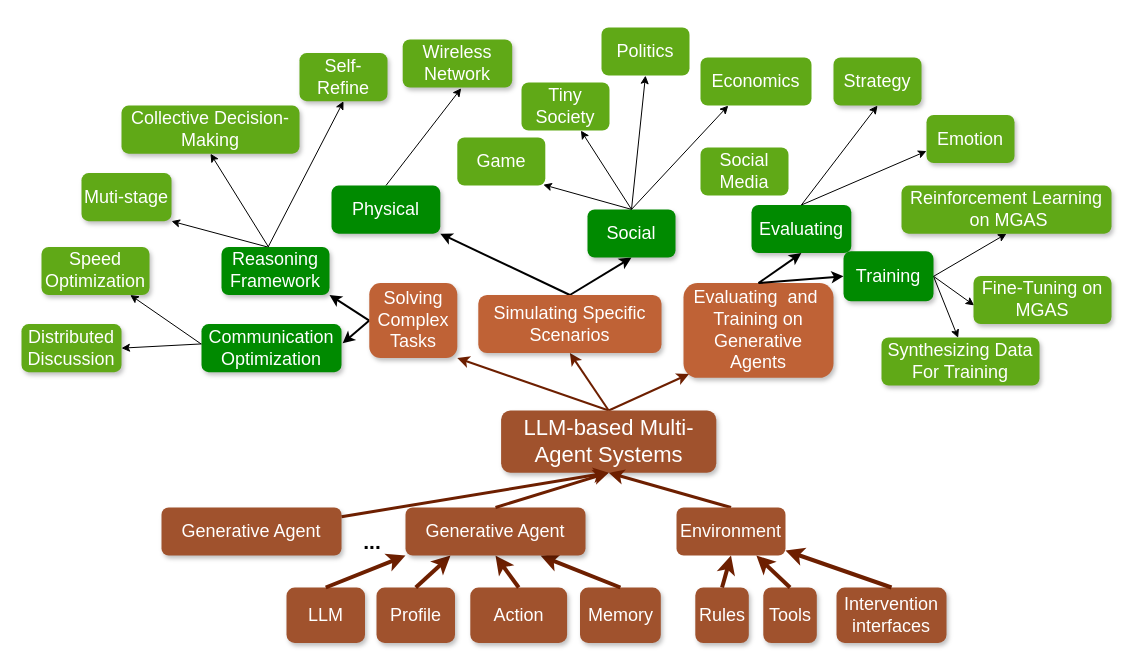
Earlier version of the draw.io diagram page "tree" (1 of 5) of mgas.drawio (bianhua-12/Multi-generative_Agent_System_survey). Source tidied: cells renumbered, new cells numbered last; positions are measured from the earlier drawing's top-left corner, leaving out a move shared by most shapes. Both pictures are drawn from the tidied source at 100%, with x=0, y=0 at pixel (21, 27).
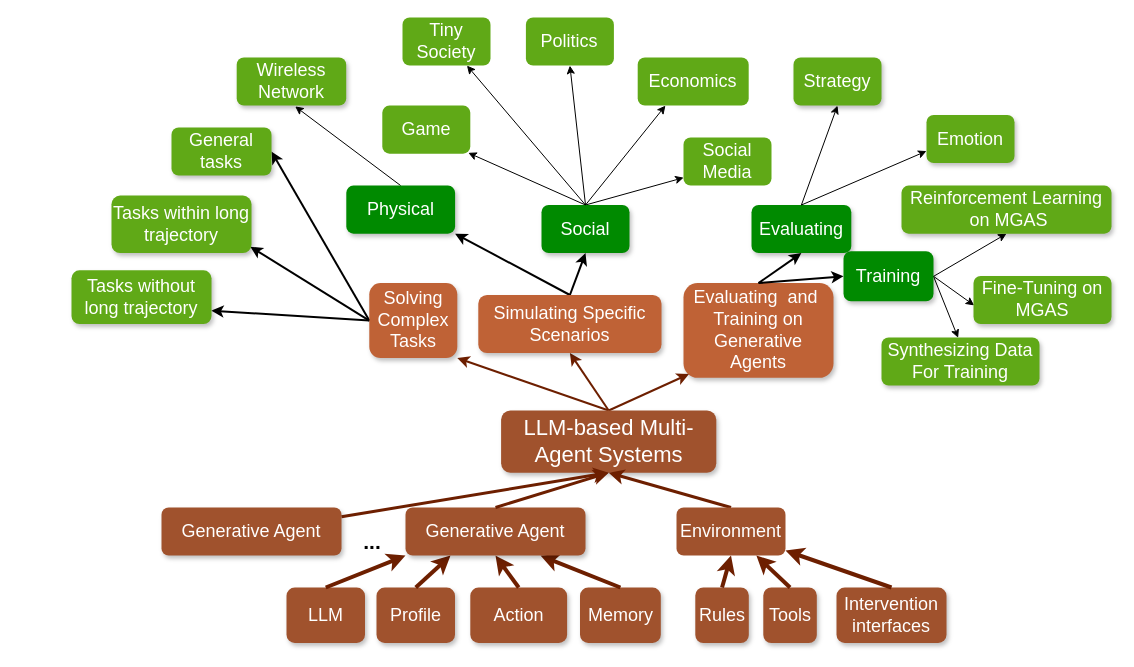
After the change.

Unchanged cells that the change refers to:
```xml
<mxCell id="8" value="Solving Complex Tasks" style="rounded=1;whiteSpace=wrap;html=1;fillColor=#BF6236;strokeColor=none;fontColor=#FFFFFF;fontSize=18;glass=0;shadow=1;dashed=1;" parent="1" vertex="1">
  <mxGeometry x="347.8" y="255.6" width="88" height="75" as="geometry" />
</mxCell>
```

Change to the diagram source:
```diff
@@
-    <mxCell id="6" style="rounded=0;jettySize=auto;html=1;exitX=0;exitY=0.5;exitDx=0;exitDy=0;entryX=1.008;entryY=0.399;entryDx=0;entryDy=0;fontSize=18;entryPerimeter=0;fontColor=#FFFFFF;strokeWidth=2;" parent="1" edge="1" source="8" target="34">
+    <mxCell id="6" style="rounded=0;jettySize=auto;html=1;exitX=0;exitY=0.5;exitDx=0;exitDy=0;entryX=1;entryY=0.5;entryDx=0;entryDy=0;fontSize=18;fontColor=#FFFFFF;strokeWidth=2;" parent="1" edge="1" source="8" target="37">
       <mxGeometry relative="1" as="geometry" />
     </mxCell>
-    <mxCell id="7" style="rounded=0;jettySize=auto;html=1;exitX=0;exitY=0.5;exitDx=0;exitDy=0;entryX=1;entryY=1;entryDx=0;entryDy=0;fontSize=18;fontColor=#FFFFFF;strokeWidth=2;" parent="1" edge="1" source="8" target="31">
+    <mxCell id="7" style="rounded=0;jettySize=auto;html=1;exitX=0;exitY=0.5;exitDx=0;exitDy=0;entryX=0.992;entryY=0.889;entryDx=0;entryDy=0;fontSize=18;fontColor=#FFFFFF;strokeWidth=2;entryPerimeter=0;" parent="1" edge="1" source="8" target="36">
       <mxGeometry relative="1" as="geometry" />
     </mxCell>
@@
+    <mxCell id="74" style="rounded=0;jettySize=auto;html=1;entryX=0.002;entryY=0.835;entryDx=0;entryDy=0;exitX=0.5;exitY=0;exitDx=0;exitDy=0;entryPerimeter=0;" parent="1" edge="1" source="18" target="22">
+      <mxGeometry relative="1" as="geometry" />
+    </mxCell>
     <mxCell id="18" value="Social" style="rounded=1;whiteSpace=wrap;html=1;fillColor=light-dark(#008A00,#CC7C56);strokeColor=none;fontColor=#FFFFFF;fontSize=18;glass=0;shadow=1;" parent="1" vertex="1">
-      <mxGeometry x="566" y="181.9" width="88" height="48.1" as="geometry" />
+      <mxGeometry x="520" y="177.5" width="88" height="48.1" as="geometry" />
     </mxCell>
@@
     <mxCell id="20" value="Physical" style="rounded=1;whiteSpace=wrap;html=1;fillColor=light-dark(#008A00,#CC7C56);strokeColor=none;fontColor=#FFFFFF;fontSize=18;glass=0;shadow=1;" parent="1" vertex="1">
-      <mxGeometry x="310" y="158.1" width="108.8" height="48.1" as="geometry" />
+      <mxGeometry x="324.8" y="158.1" width="108.8" height="48.1" as="geometry" />
     </mxCell>
-    <mxCell id="21" style="rounded=0;jettySize=auto;html=1;exitX=0.444;exitY=0.034;exitDx=0;exitDy=0;entryX=0.5;entryY=1;entryDx=0;entryDy=0;fontSize=18;exitPerimeter=0;fontColor=#FFFFFF;" parent="1" edge="1" source="31" target="28">
-      <mxGeometry relative="1" as="geometry" />
-    </mxCell>
     <mxCell id="22" value="Social Media" style="rounded=1;whiteSpace=wrap;html=1;strokeColor=none;fillColor=#60A917;fontColor=#FFFFFF;fontSize=18;dashed=1;" parent="1" vertex="1">
-      <mxGeometry x="679" y="120" width="88" height="48.1" as="geometry" />
+      <mxGeometry x="662" y="110" width="88" height="48.1" as="geometry" />
     </mxCell>
     <mxCell id="23" value="Economics" style="rounded=1;whiteSpace=wrap;html=1;strokeColor=none;fillColor=#60A917;fontColor=#FFFFFF;fontSize=18;dashed=1;" parent="1" vertex="1">
-      <mxGeometry x="679" y="30" width="111" height="48.1" as="geometry" />
+      <mxGeometry x="616.2" y="30" width="111" height="48.1" as="geometry" />
     </mxCell>
     <mxCell id="24" value="&lt;div&gt;Politics&lt;/div&gt;" style="rounded=1;whiteSpace=wrap;html=1;strokeColor=none;fillColor=#60A917;fontColor=#FFFFFF;fontSize=18;dashed=1;" parent="1" vertex="1">
-      <mxGeometry x="580" width="88" height="48.1" as="geometry" />
+      <mxGeometry x="504.4" y="-10" width="88" height="48.1" as="geometry" />
     </mxCell>
     <mxCell id="25" value="Tiny Society" style="rounded=1;whiteSpace=wrap;html=1;strokeColor=none;fillColor=#60A917;fontColor=#FFFFFF;fontSize=18;dashed=1;" parent="1" vertex="1">
-      <mxGeometry x="500" y="55" width="88" height="48.1" as="geometry" />
+      <mxGeometry x="381" y="-10" width="88" height="48.1" as="geometry" />
     </mxCell>
     <mxCell id="26" value="Wireless Network" style="rounded=1;whiteSpace=wrap;html=1;strokeColor=none;fillColor=#60A917;fontColor=#FFFFFF;fontSize=18;glass=0;shadow=1;" parent="1" vertex="1">
-      <mxGeometry x="381.2" y="11.9" width="109.5" height="48.1" as="geometry" />
+      <mxGeometry x="215.2" y="30" width="109.5" height="48.1" as="geometry" />
     </mxCell>
     <mxCell id="27" value="Game" style="rounded=1;whiteSpace=wrap;html=1;strokeColor=none;fillColor=#60A917;fontColor=#FFFFFF;fontSize=18;dashed=1;" parent="1" vertex="1">
-      <mxGeometry x="435.8" y="110" width="88" height="48.1" as="geometry" />
+      <mxGeometry x="360.8" y="78.1" width="88" height="48.1" as="geometry" />
     </mxCell>
-    <mxCell id="28" value="Collective Decision-Making" style="rounded=1;whiteSpace=wrap;html=1;strokeColor=none;fillColor=#60a917;fontColor=#FFFFFF;fontSize=18;shadow=1;glass=0;" parent="1" vertex="1">
-      <mxGeometry x="100" y="78.1" width="178" height="48.1" as="geometry" />
-    </mxCell>
@@
-    <mxCell id="30" style="rounded=0;jettySize=auto;html=1;exitX=0.428;exitY=0.003;exitDx=0;exitDy=0;entryX=1;entryY=1;entryDx=0;entryDy=0;fontSize=18;exitPerimeter=0;fontColor=#FFFFFF;" parent="1" edge="1" source="31" target="35">
-      <mxGeometry relative="1" as="geometry" />
-    </mxCell>
-    <mxCell id="31" value="Reasoning Framework" style="rounded=1;whiteSpace=wrap;html=1;fillColor=#008a00;strokeColor=none;fontColor=#FFFFFF;fontSize=18;glass=0;shadow=1;" parent="1" vertex="1">
-      <mxGeometry x="200" y="219.4" width="108" height="48.1" as="geometry" />
-    </mxCell>
-    <mxCell id="32" style="rounded=0;jettySize=auto;html=1;fontSize=18;exitX=-0.002;exitY=0.415;exitDx=0;exitDy=0;exitPerimeter=0;fontColor=#FFFFFF;" parent="1" edge="1" source="34" target="36">
-      <mxGeometry relative="1" as="geometry" />
-    </mxCell>
-    <mxCell id="33" style="rounded=0;jettySize=auto;html=1;exitX=0.001;exitY=0.412;exitDx=0;exitDy=0;entryX=1;entryY=0.5;entryDx=0;entryDy=0;fontSize=18;exitPerimeter=0;fontColor=#FFFFFF;" parent="1" edge="1" source="34" target="37">
-      <mxGeometry relative="1" as="geometry" />
-    </mxCell>
-    <mxCell id="34" value="Communication Optimization" style="rounded=1;whiteSpace=wrap;html=1;fillColor=#008a00;strokeColor=none;fontColor=#FFFFFF;fontSize=18;glass=0;shadow=1;" parent="1" vertex="1">
-      <mxGeometry x="180" y="296.6" width="140" height="48.1" as="geometry" />
-    </mxCell>
-    <mxCell id="35" value="Muti-stage" style="rounded=1;whiteSpace=wrap;html=1;strokeColor=none;fillColor=#60a917;fontColor=#FFFFFF;fontSize=18;glass=0;shadow=1;" parent="1" vertex="1">
-      <mxGeometry x="60" y="145.6" width="90" height="48.1" as="geometry" />
+    <mxCell id="35" value="Tasks without long trajectory" style="rounded=1;whiteSpace=wrap;html=1;strokeColor=none;fillColor=#60a917;fontColor=#FFFFFF;fontSize=18;glass=0;shadow=1;" parent="1" vertex="1">
+      <mxGeometry x="50" y="242.8" width="140" height="53.8" as="geometry" />
     </mxCell>
-    <mxCell id="36" value="Speed Optimization" style="rounded=1;whiteSpace=wrap;html=1;strokeColor=none;fillColor=#60a917;fontColor=#FFFFFF;fontSize=18;glass=0;shadow=1;" parent="1" vertex="1">
-      <mxGeometry x="20" y="219.4" width="108" height="48.1" as="geometry" />
+    <mxCell id="36" value="Tasks within long trajectory" style="rounded=1;whiteSpace=wrap;html=1;strokeColor=none;fillColor=#60a917;fontColor=#FFFFFF;fontSize=18;glass=0;shadow=1;" parent="1" vertex="1">
+      <mxGeometry x="90" y="168.1" width="140" height="57.5" as="geometry" />
     </mxCell>
-    <mxCell id="37" value="Distributed Discussion" style="rounded=1;whiteSpace=wrap;html=1;strokeColor=none;fillColor=#60a917;fontColor=#FFFFFF;fontSize=18;glass=0;shadow=1;" parent="1" vertex="1">
-      <mxGeometry y="296.6" width="100" height="48.1" as="geometry" />
+    <mxCell id="37" value="General tasks" style="rounded=1;whiteSpace=wrap;html=1;strokeColor=none;fillColor=#60a917;fontColor=#FFFFFF;fontSize=18;glass=0;shadow=1;" parent="1" vertex="1">
+      <mxGeometry x="150" y="100" width="100" height="48.1" as="geometry" />
     </mxCell>
@@
     <mxCell id="43" value="Strategy" style="rounded=1;whiteSpace=wrap;html=1;strokeColor=none;fillColor=#60a917;fontColor=#FFFFFF;fontSize=18;glass=0;shadow=1;gradientColor=none;" parent="1" vertex="1">
-      <mxGeometry x="812" y="30" width="88" height="48.1" as="geometry" />
+      <mxGeometry x="772" y="30" width="88" height="48.1" as="geometry" />
     </mxCell>
@@
-    <mxCell id="49" value="Self-Refine" style="rounded=1;whiteSpace=wrap;html=1;strokeColor=none;fillColor=#60a917;fontColor=#FFFFFF;fontSize=18;glass=0;shadow=1;" parent="1" vertex="1">
-      <mxGeometry x="278" y="25.6" width="88" height="48.1" as="geometry" />
-    </mxCell>
-    <mxCell id="50" style="rounded=0;jettySize=auto;html=1;entryX=0.5;entryY=1;entryDx=0;entryDy=0;fontSize=18;exitX=0.431;exitY=0.005;exitDx=0;exitDy=0;exitPerimeter=0;fontColor=#FFFFFF;" parent="1" edge="1" source="31" target="49">
-      <mxGeometry relative="1" as="geometry" />
-    </mxCell>
@@
+    <mxCell id="75" style="rounded=0;jettySize=auto;html=1;exitX=0;exitY=0.5;exitDx=0;exitDy=0;entryX=1;entryY=0.75;entryDx=0;entryDy=0;fontSize=18;fontColor=#FFFFFF;strokeWidth=2;" parent="1" edge="1" source="8" target="35">
+      <mxGeometry relative="1" as="geometry" />
+    </mxCell>
```
